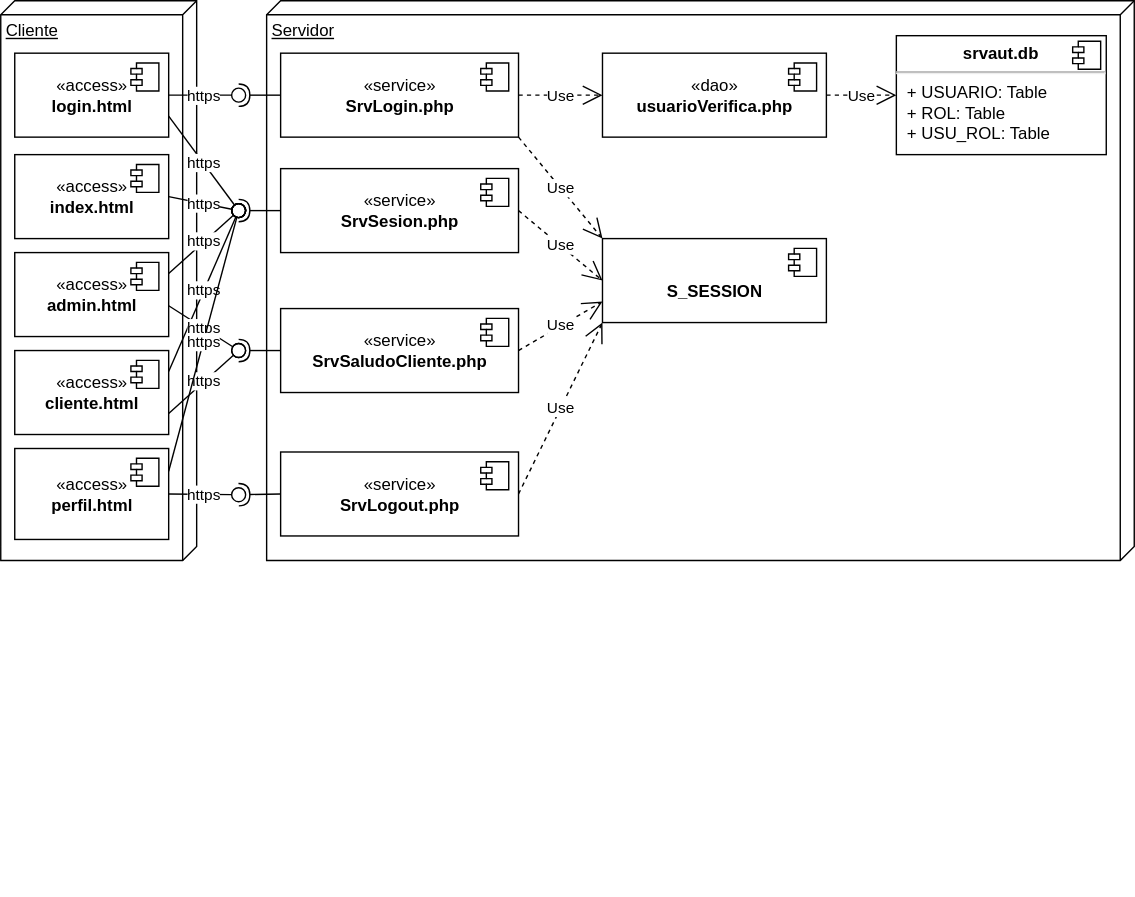
Above: docs/img/m19aut/autdeploy.drawio.svg in gilpgawoas/gilpgawoas.github.io (draw.io), before the change. Source tidied: cells renumbered, new cells last; positions are measured from the earlier drawing's top-left corner, leaving out a move shared by most shapes.
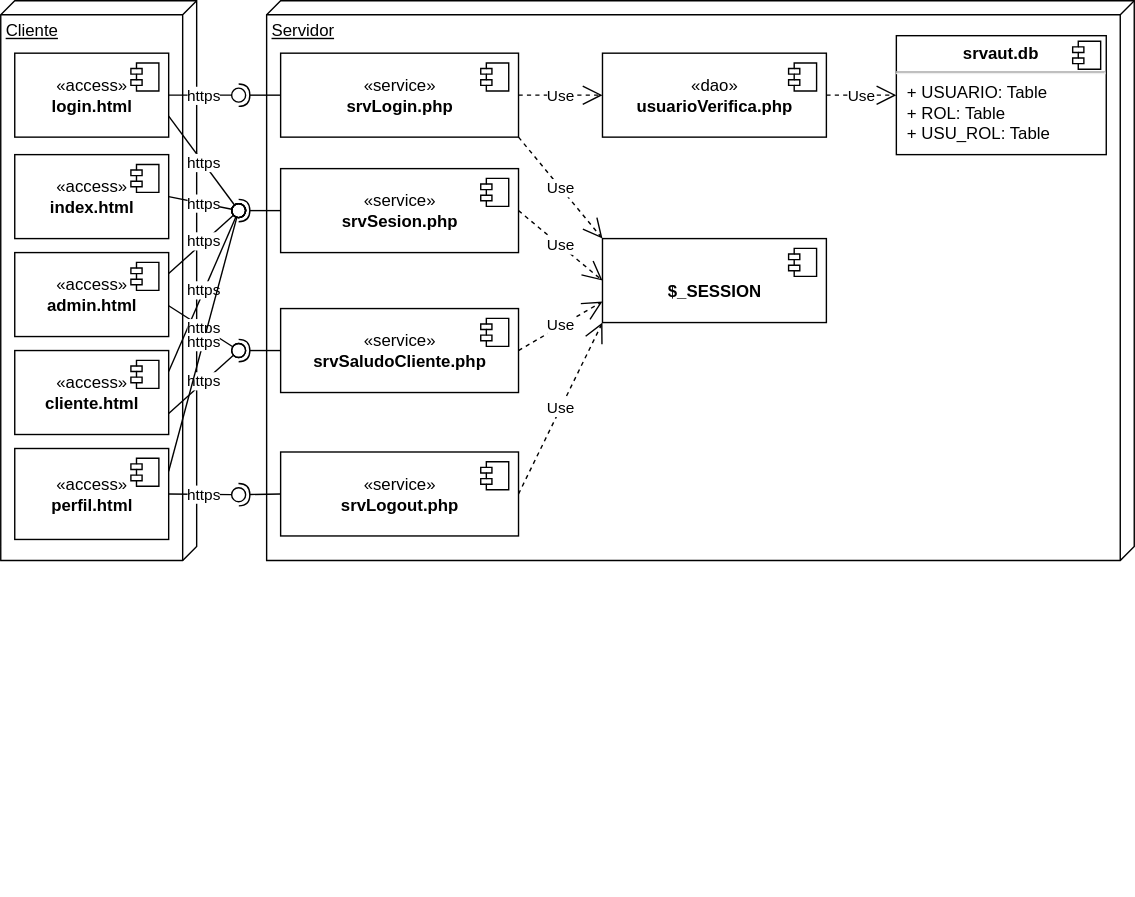
The same file after the commit.

The edit, as a diff of the source:
```diff
@@ -16,7 +16,7 @@
     <mxCell id="5" value="Servidor" style="verticalAlign=top;align=left;spacingTop=8;spacingLeft=2;spacingRight=12;shape=cube;size=10;direction=south;fontStyle=4;html=1;" parent="1" vertex="1">
       <mxGeometry x="190" width="620" height="400" as="geometry" />
     </mxCell>
-    <mxCell id="6" value="«service»&lt;br&gt;&lt;b&gt;SrvLogout.php&lt;/b&gt;" style="html=1;" parent="1" vertex="1">
+    <mxCell id="6" value="«service»&lt;br&gt;&lt;b&gt;srvLogout.php&lt;/b&gt;" style="html=1;" parent="1" vertex="1">
       <mxGeometry x="200" y="322.5" width="170" height="60" as="geometry" />
     </mxCell>
     <mxCell id="7" style="shape=module;jettyWidth=8;jettyHeight=4;" parent="6" vertex="1">
@@ -65,7 +65,7 @@
         <mxPoint x="-27" y="7" as="offset" />
       </mxGeometry>
     </mxCell>
-    <mxCell id="19" value="&lt;br&gt;&lt;b&gt;S_SESSION&lt;/b&gt;" style="html=1;" parent="1" vertex="1">
+    <mxCell id="19" value="&lt;br&gt;&lt;b&gt;$_SESSION&lt;/b&gt;" style="html=1;" parent="1" vertex="1">
       <mxGeometry x="430" y="170" width="160" height="60" as="geometry" />
     </mxCell>
     <mxCell id="20" style="shape=module;jettyWidth=8;jettyHeight=4;" parent="19" vertex="1">
@@ -73,7 +73,7 @@
         <mxPoint x="-27" y="7" as="offset" />
       </mxGeometry>
     </mxCell>
-    <mxCell id="21" value="«service»&lt;br&gt;&lt;b&gt;SrvLogin&lt;/b&gt;&lt;b&gt;.php&lt;/b&gt;" style="html=1;" parent="1" vertex="1">
+    <mxCell id="21" value="«service»&lt;br&gt;&lt;b&gt;srvLogin&lt;/b&gt;&lt;b&gt;.php&lt;/b&gt;" style="html=1;" parent="1" vertex="1">
       <mxGeometry x="200" y="37.5" width="170" height="60" as="geometry" />
     </mxCell>
     <mxCell id="22" style="shape=module;jettyWidth=8;jettyHeight=4;" parent="21" vertex="1">
@@ -81,7 +81,7 @@
         <mxPoint x="-27" y="7" as="offset" />
       </mxGeometry>
     </mxCell>
-    <mxCell id="23" value="«service»&lt;br&gt;&lt;b&gt;SrvSaludoCliente.php&lt;/b&gt;" style="html=1;" parent="1" vertex="1">
+    <mxCell id="23" value="«service»&lt;br&gt;&lt;b&gt;srvSaludoCliente.php&lt;/b&gt;" style="html=1;" parent="1" vertex="1">
       <mxGeometry x="200" y="220" width="170" height="60" as="geometry" />
     </mxCell>
     <mxCell id="24" style="shape=module;jettyWidth=8;jettyHeight=4;" parent="23" vertex="1">
@@ -98,7 +98,7 @@
         <mxPoint x="170" y="97.5" as="targetPoint" />
       </mxGeometry>
     </mxCell>
-    <mxCell id="27" value="«service»&lt;br&gt;&lt;b&gt;SrvSesion&lt;/b&gt;&lt;b&gt;.php&lt;/b&gt;" style="html=1;" parent="1" vertex="1">
+    <mxCell id="27" value="«service»&lt;br&gt;&lt;b&gt;srvSesion&lt;/b&gt;&lt;b&gt;.php&lt;/b&gt;" style="html=1;" parent="1" vertex="1">
       <mxGeometry x="200" y="120" width="170" height="60" as="geometry" />
     </mxCell>
     <mxCell id="28" style="shape=module;jettyWidth=8;jettyHeight=4;" parent="27" vertex="1">
```
